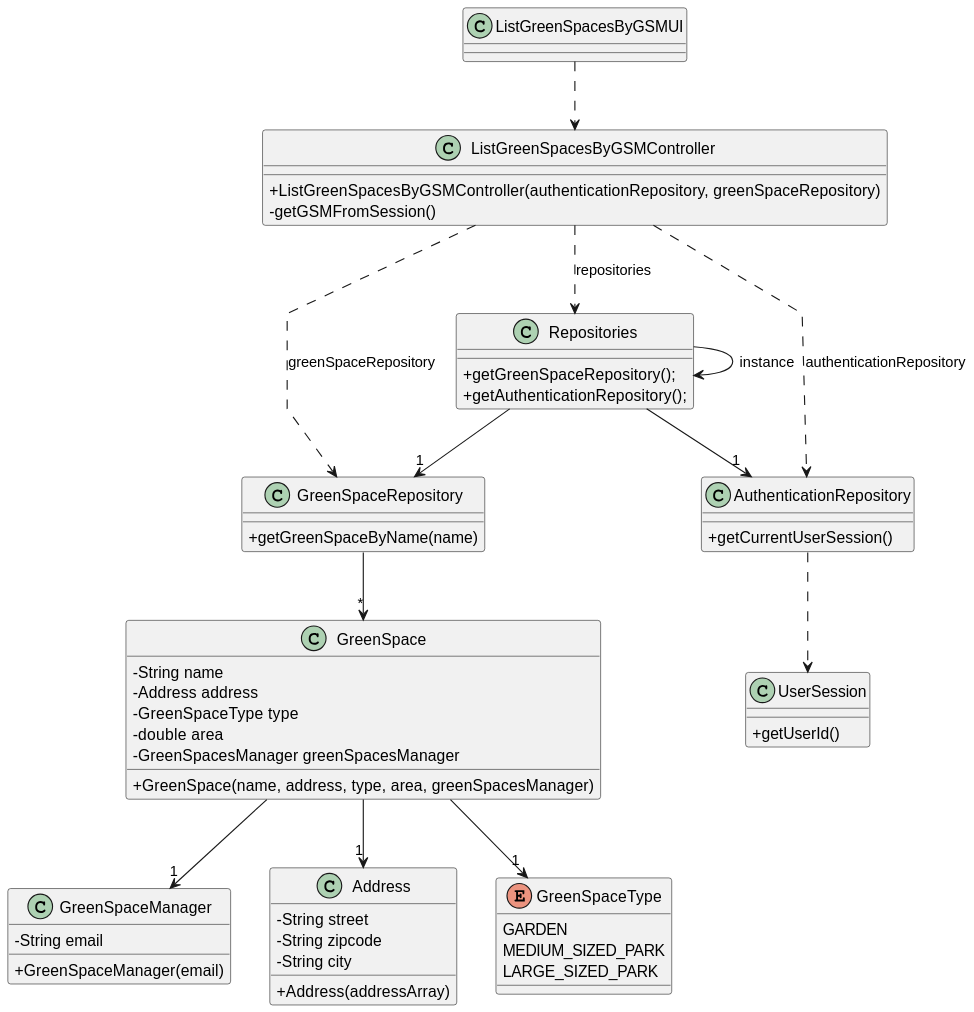
Above: docs/sprintA&B&C/us027/03.design/svg/us027-class-diagram.svg in daniel41silva05/ISEP_2023_2024_LAPR2 (PlantUML), before the change.
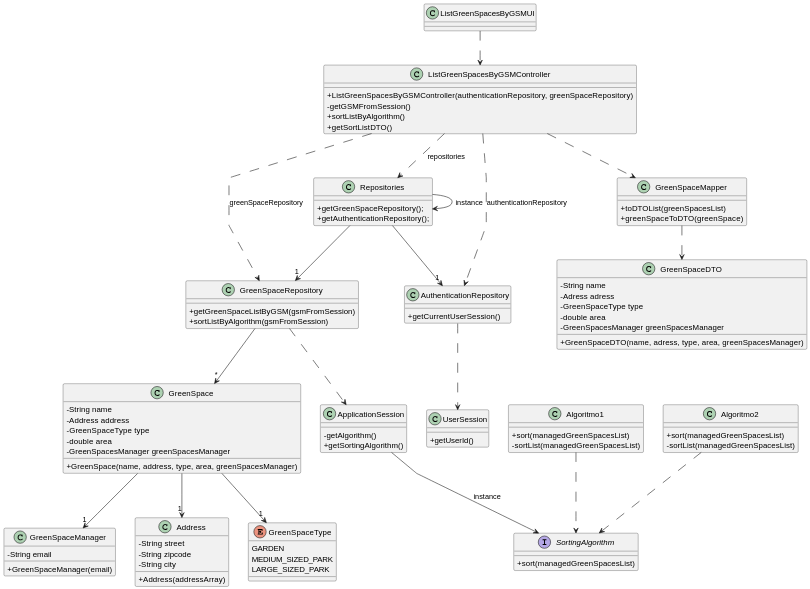
After the change.

Commit message:
US27 - class diagram

Change to the diagram source:
```diff
@@ -12,10 +12,13 @@
 class ListGreenSpacesByGSMController {
     +ListGreenSpacesByGSMController(authenticationRepository, greenSpaceRepository)
     -getGSMFromSession()
+    +sortListByAlgorithm()
+    +getSortListDTO()
 }
 
 class GreenSpaceRepository {
-    +getGreenSpaceByName(name)
+    +getGreenSpaceListByGSM(gsmFromSession)
+    +sortListByAlgorithm(gsmFromSession)
 }
 
 class GreenSpace {
@@ -58,6 +61,39 @@
     +getUserId()
 }
 
+class GreenSpaceDTO {
+    -String name
+    -Adress adress
+    -GreenSpaceType type
+    -double area
+    -GreenSpacesManager greenSpacesManager
+    +GreenSpaceDTO(name, adress, type, area, greenSpacesManager)
+}
+
+class GreenSpaceMapper {
+    +toDTOList(greenSpacesList)
+    +greenSpaceToDTO(greenSpace)
+}
+
+class ApplicationSession {
+    -getAlgorithm()
+    +getSortingAlgorithm()
+}
+
+interface SortingAlgorithm {
+    +sort(managedGreenSpacesList)
+}
+
+class Algoritmo1 {
+    +sort(managedGreenSpacesList)
+    -sortList(managedGreenSpacesList)
+}
+
+class Algoritmo2 {
+    +sort(managedGreenSpacesList)
+    -sortList(managedGreenSpacesList)
+}
+
 
 ListGreenSpacesByGSMUI ..> ListGreenSpacesByGSMController
 ListGreenSpacesByGSMController ..> Repositories: repositories
@@ -71,4 +107,10 @@
 GreenSpace --> "1" GreenSpaceManager
 GreenSpace --> "1" Address
 GreenSpace --> "1" GreenSpaceType
+GreenSpaceRepository ..> ApplicationSession
+ApplicationSession --> SortingAlgorithm: instance
+Algoritmo1 ..> SortingAlgorithm
+Algoritmo2 ..> SortingAlgorithm
+ListGreenSpacesByGSMController ..> GreenSpaceMapper
+GreenSpaceMapper ..> GreenSpaceDTO
 @enduml
```
